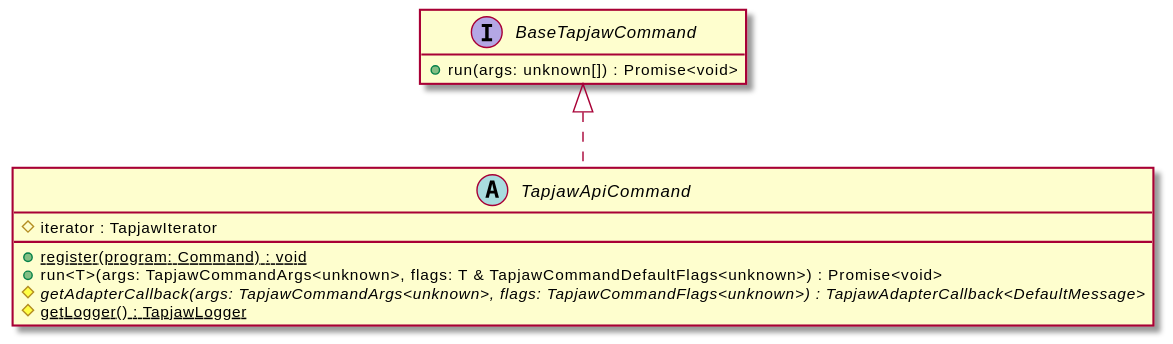
digidip/tapjaw-importer keeps this PlantUML diagram as api-docs/assets/TapjawApiCommand-umlClassDiagram-41.svg. Above is the earlier version. The source it was exported from:
```plantuml
@startuml
skinparam BackgroundColor transparent
hide empty methods
hide empty fields
abstract class "TapjawApiCommand" {
    #iterator : TapjawIterator
    {static} +register(program: Command) : void
    +run<T>(args: TapjawCommandArgs<unknown>, flags: T & TapjawCommandDefaultFlags<unknown>) : Promise<void>
    {abstract} #getAdapterCallback(args: TapjawCommandArgs<unknown>, flags: TapjawCommandFlags<unknown>) : TapjawAdapterCallback<DefaultMessage>
    {static} #getLogger() : TapjawLogger
}
interface "BaseTapjawCommand" {
    +run(args: unknown[]) : Promise<void>
}
"BaseTapjawCommand" <|.. "TapjawApiCommand"
@enduml
```
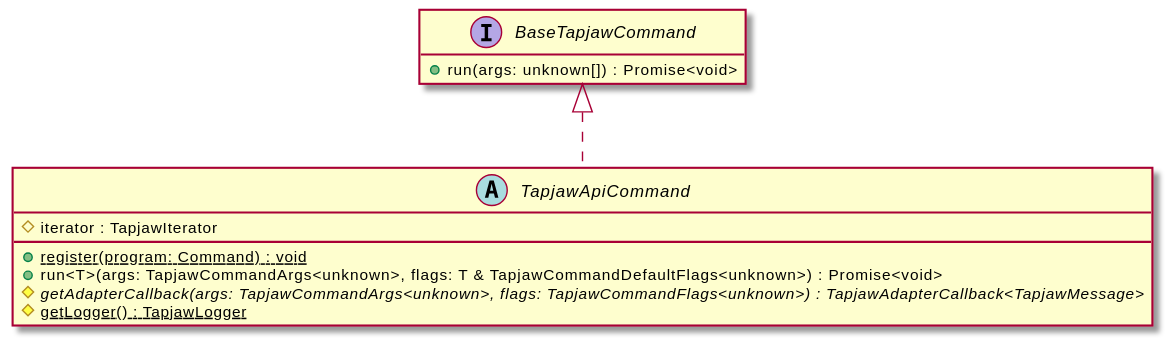
The same diagram one commit later.

Change to the diagram source:
```diff
@@ -6,7 +6,7 @@
     #iterator : TapjawIterator
     {static} +register(program: Command) : void
     +run<T>(args: TapjawCommandArgs<unknown>, flags: T & TapjawCommandDefaultFlags<unknown>) : Promise<void>
-    {abstract} #getAdapterCallback(args: TapjawCommandArgs<unknown>, flags: TapjawCommandFlags<unknown>) : TapjawAdapterCallback<DefaultMessage>
+    {abstract} #getAdapterCallback(args: TapjawCommandArgs<unknown>, flags: TapjawCommandFlags<unknown>) : TapjawAdapterCallback<TapjawMessage>
     {static} #getLogger() : TapjawLogger
 }
 interface "BaseTapjawCommand" {
```
